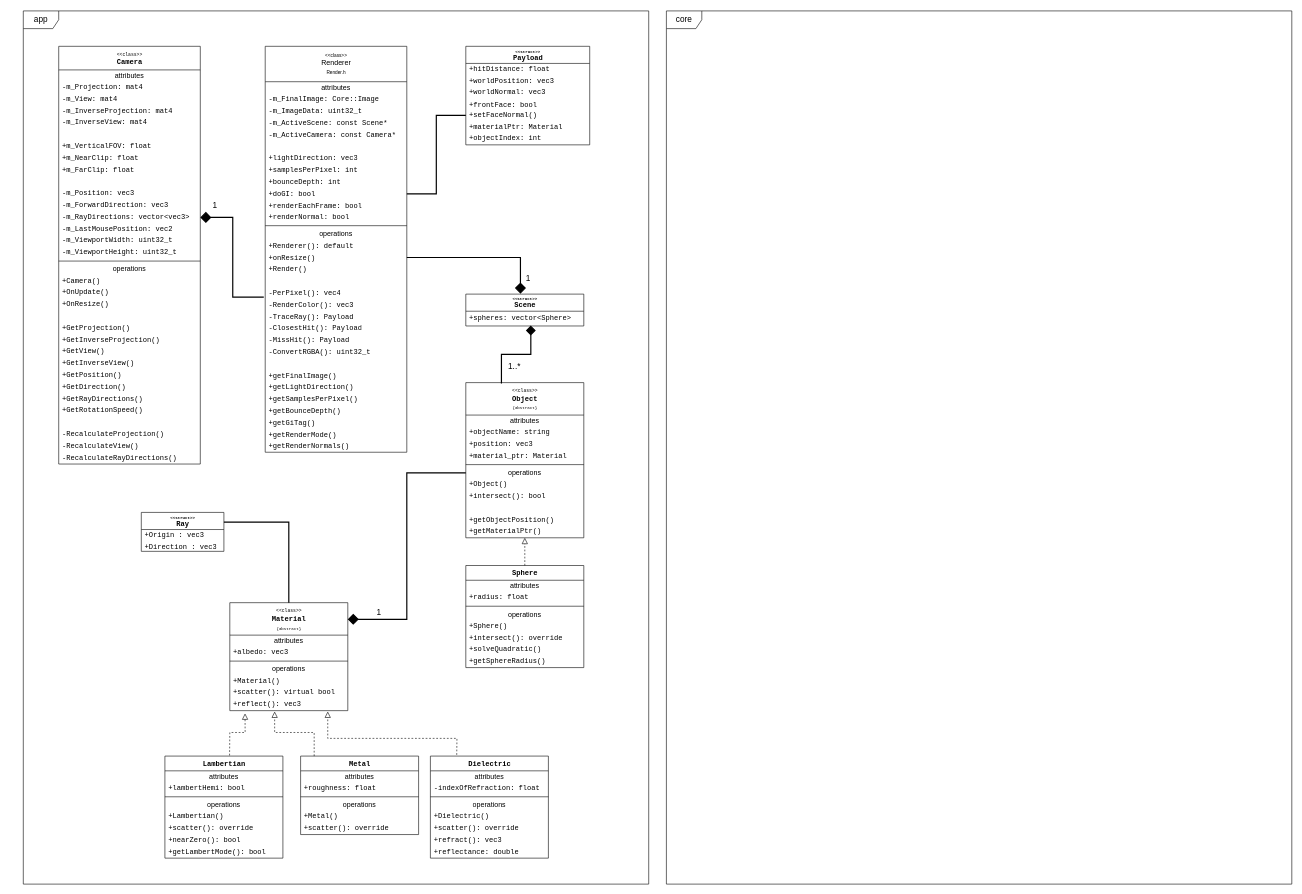
This is documentation/uml/classDiagram.drawio from DeanKJones/RayTracer, a draw.io file, before an edit. Source tidied: cells renumbered, new cells numbered last; positions are measured from the earlier drawing's top-left corner, leaving out a move shared by most shapes. Both pictures are drawn from the tidied source at 59%, with x=0, y=0 at pixel (23, 11).
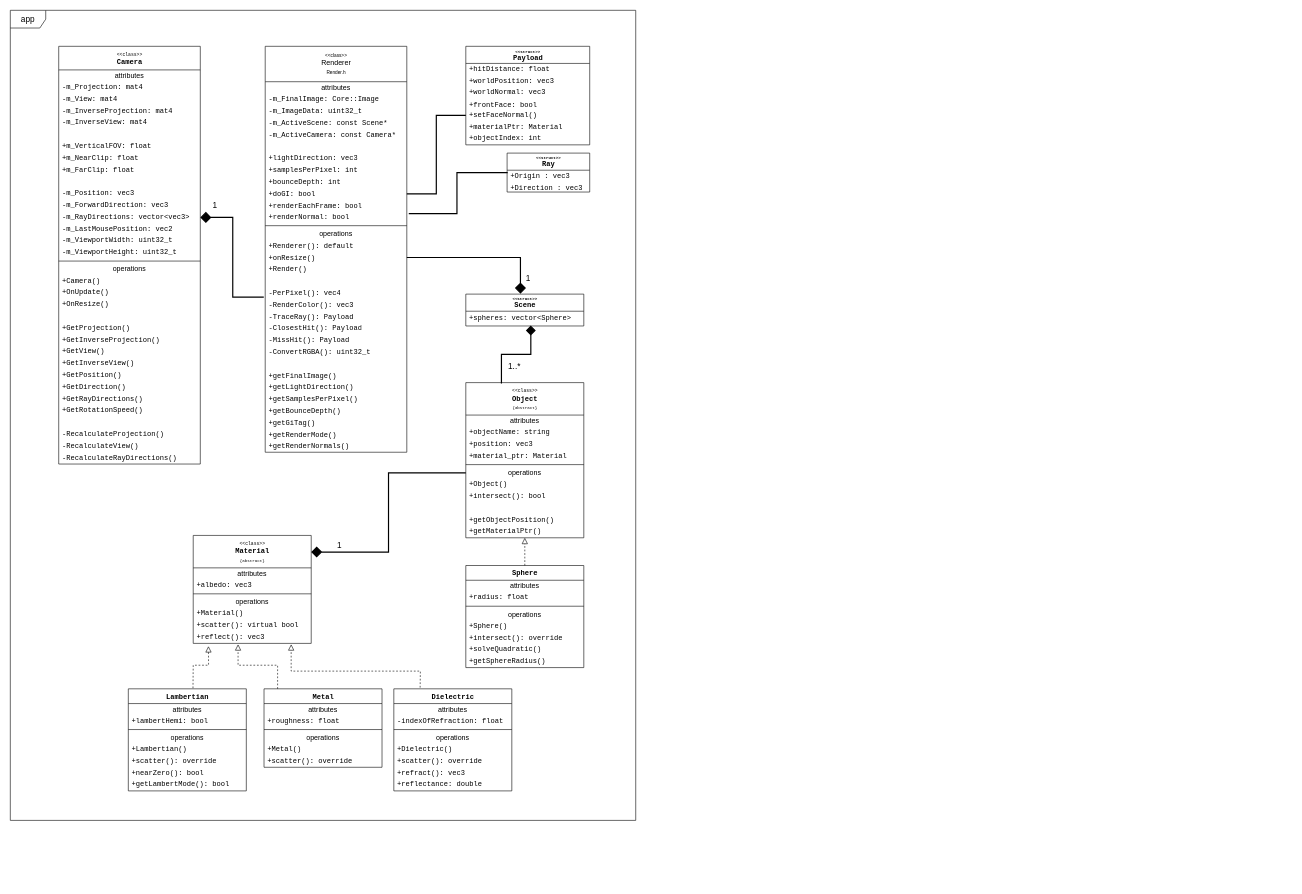
Above is the later version.

Commit message:
Update class diagram

The change refers to these unchanged cells:
```xml
<mxCell id="14" value="&lt;font face=&quot;Courier New&quot;&gt;+renderNormal: bool&lt;br&gt;&lt;/font&gt;" style="text;html=1;strokeColor=none;fillColor=none;align=left;verticalAlign=middle;spacingLeft=4;spacingRight=4;overflow=hidden;points=[[0,0.5],[1,0.5]];portConstraint=eastwest;rounded=0;" parent="2" vertex="1">
  <mxGeometry y="280" width="240" height="20" as="geometry" />
</mxCell>
<mxCell id="36" value="&lt;font style=&quot;font-size: 12px&quot;&gt;+Origin : vec3&lt;/font&gt;" style="text;html=1;strokeColor=none;fillColor=none;align=left;verticalAlign=middle;spacingLeft=4;spacingRight=4;overflow=hidden;points=[[0,0.5],[1,0.5]];portConstraint=eastwest;fontFamily=Courier New;fontSize=8;rounded=0;" parent="35" vertex="1">
  <mxGeometry y="29" width="140" height="21" as="geometry" />
</mxCell>
<mxCell id="55" value="+reflect(): vec3" style="text;html=1;strokeColor=none;fillColor=none;align=left;verticalAlign=middle;spacingLeft=4;spacingRight=4;overflow=hidden;points=[[0,0.5],[1,0.5]];portConstraint=eastwest;fontFamily=Courier New;fontSize=12;rounded=0;" parent="48" vertex="1">
  <mxGeometry y="163" width="200" height="20" as="geometry" />
</mxCell>
```

Diff of the diagram source:
```diff
@@
+    <mxCell id="147" value="app" style="shape=umlFrame;whiteSpace=wrap;html=1;fontFamily=Helvetica;fontSize=14;rounded=0;fillColor=none;" parent="1" vertex="1">
+      <mxGeometry x="-22" y="-1" width="1060" height="1373" as="geometry" />
+    </mxCell>
@@
     <mxCell id="35" value="&lt;font style=&quot;font-size: 7px&quot;&gt;&amp;lt;&amp;lt;struct&amp;gt;&amp;gt;&lt;/font&gt;&lt;br&gt;&lt;font style=&quot;font-size: 12px&quot;&gt;Ray&lt;/font&gt;" style="swimlane;fontStyle=1;align=center;verticalAlign=middle;horizontal=1;startSize=29;html=1;fontFamily=Courier New;fontSize=8;rounded=0;" parent="1" vertex="1">
-      <mxGeometry x="200" y="850" width="140" height="66" as="geometry" />
+      <mxGeometry x="820" y="241" width="140" height="66" as="geometry" />
     </mxCell>
@@
     <mxCell id="48" value="&lt;font style=&quot;font-size: 8px&quot;&gt;&amp;lt;&amp;lt;class&amp;gt;&amp;gt;&lt;/font&gt;&lt;br&gt;&lt;b&gt;Material&lt;/b&gt;&lt;br&gt;&lt;font style=&quot;font-size: 7px&quot;&gt;{abstract}&lt;/font&gt;" style="swimlane;fontStyle=0;align=center;verticalAlign=top;horizontal=1;startSize=55;html=1;fontFamily=Courier New;fontSize=12;rounded=0;" parent="1" vertex="1">
-      <mxGeometry x="350" y="1003" width="200" height="183" as="geometry" />
+      <mxGeometry x="288" y="889" width="200" height="183" as="geometry" />
     </mxCell>
@@
     <mxCell id="56" value="&lt;b&gt;Lambertian&lt;br&gt;&lt;/b&gt;" style="swimlane;fontStyle=0;align=center;verticalAlign=top;horizontal=1;startSize=25;html=1;fontFamily=Courier New;fontSize=12;rounded=0;" parent="1" vertex="1">
-      <mxGeometry x="240" y="1263" width="200" height="173" as="geometry" />
+      <mxGeometry x="178" y="1149" width="200" height="173" as="geometry" />
     </mxCell>
@@
     <mxCell id="65" value="&lt;b&gt;Metal&lt;br&gt;&lt;/b&gt;" style="swimlane;fontStyle=0;align=center;verticalAlign=top;horizontal=1;startSize=25;html=1;fontFamily=Courier New;fontSize=12;rounded=0;" parent="1" vertex="1">
-      <mxGeometry x="470" y="1263" width="200" height="133" as="geometry" />
+      <mxGeometry x="408" y="1149" width="200" height="133" as="geometry" />
     </mxCell>
@@
     <mxCell id="72" value="&lt;b&gt;Dielectric&lt;br&gt;&lt;/b&gt;" style="swimlane;fontStyle=0;align=center;verticalAlign=top;horizontal=1;startSize=25;html=1;fontFamily=Courier New;fontSize=12;rounded=0;" parent="1" vertex="1">
-      <mxGeometry x="690" y="1263" width="200" height="173" as="geometry" />
+      <mxGeometry x="628" y="1149" width="200" height="173" as="geometry" />
     </mxCell>
@@
     <mxCell id="81" style="endArrow=block;startArrow=none;endFill=0;startFill=0;endSize=8;html=1;verticalAlign=bottom;dashed=1;labelBackgroundColor=none;fontFamily=Helvetica;fontSize=7;entryX=0.129;entryY=1.237;entryDx=0;entryDy=0;entryPerimeter=0;exitX=0.548;exitY=-0.006;exitDx=0;exitDy=0;exitPerimeter=0;rounded=0;" parent="1" edge="1" source="56" target="55">
       <mxGeometry relative="1" as="geometry">
         <Array as="points">
-          <mxPoint x="350" y="1223" />
-          <mxPoint x="376" y="1223" />
+          <mxPoint x="288" y="1109" />
+          <mxPoint x="314" y="1109" />
         </Array>
       </mxGeometry>
     </mxCell>
     <mxCell id="82" style="endArrow=block;startArrow=none;endFill=0;startFill=0;endSize=8;html=1;verticalAlign=bottom;dashed=1;labelBackgroundColor=none;fontFamily=Helvetica;fontSize=7;entryX=0.38;entryY=1.075;entryDx=0;entryDy=0;entryPerimeter=0;exitX=0.115;exitY=0;exitDx=0;exitDy=0;exitPerimeter=0;rounded=0;" parent="1" edge="1" source="65" target="55">
       <mxGeometry relative="1" as="geometry">
         <Array as="points">
-          <mxPoint x="493" y="1223" />
-          <mxPoint x="426" y="1223" />
+          <mxPoint x="431" y="1109" />
+          <mxPoint x="364" y="1109" />
         </Array>
       </mxGeometry>
     </mxCell>
     <mxCell id="83" style="endArrow=block;startArrow=none;endFill=0;startFill=0;endSize=8;html=1;verticalAlign=bottom;dashed=1;labelBackgroundColor=none;fontFamily=Helvetica;fontSize=7;entryX=0.83;entryY=1.075;entryDx=0;entryDy=0;entryPerimeter=0;exitX=0.223;exitY=-0.012;exitDx=0;exitDy=0;exitPerimeter=0;rounded=0;" parent="1" edge="1" source="72" target="55">
       <mxGeometry relative="1" as="geometry">
         <Array as="points">
-          <mxPoint x="735" y="1233" />
-          <mxPoint x="516" y="1233" />
+          <mxPoint x="673" y="1119" />
+          <mxPoint x="454" y="1119" />
         </Array>
       </mxGeometry>
     </mxCell>
@@
-    <mxCell id="145" style="endArrow=none;html=1;endSize=12;startArrow=none;startSize=14;startFill=0;edgeStyle=orthogonalEdgeStyle;align=left;verticalAlign=bottom;fontFamily=Helvetica;fontSize=14;strokeColor=default;exitX=1;exitY=0.25;exitDx=0;exitDy=0;strokeWidth=2;endFill=0;rounded=0;" parent="1" edge="1" source="35" target="48">
+    <mxCell id="145" style="endArrow=none;html=1;endSize=12;startArrow=none;startSize=14;startFill=0;edgeStyle=orthogonalEdgeStyle;align=left;verticalAlign=bottom;fontFamily=Helvetica;fontSize=14;strokeColor=default;exitX=0.007;exitY=0.19;exitDx=0;exitDy=0;strokeWidth=2;endFill=0;rounded=0;entryX=1.014;entryY=0.176;entryDx=0;entryDy=0;entryPerimeter=0;exitPerimeter=0;" parent="1" edge="1" source="36" target="14">
       <mxGeometry x="-0.79" relative="1" as="geometry" />
     </mxCell>
@@
-    <mxCell id="147" value="app" style="shape=umlFrame;whiteSpace=wrap;html=1;fontFamily=Helvetica;fontSize=14;rounded=0;" parent="1" vertex="1">
-      <mxGeometry width="1060" height="1480" as="geometry" />
-    </mxCell>
-    <mxCell id="148" value="core" style="shape=umlFrame;whiteSpace=wrap;html=1;fontFamily=Helvetica;fontSize=14;rounded=0;" parent="1" vertex="1">
-      <mxGeometry x="1090" width="1060" height="1480" as="geometry" />
-    </mxCell>
```
